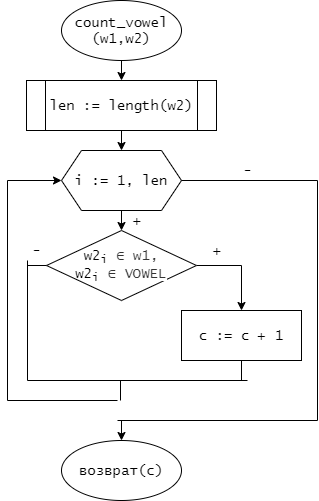
Before: лр9/count_vowel.png, a diagram exported from draw.io (Aprokun/-). Source tidied: cells renumbered, new cells last; positions are measured from the earlier drawing's top-left corner, leaving out a move shared by most shapes.
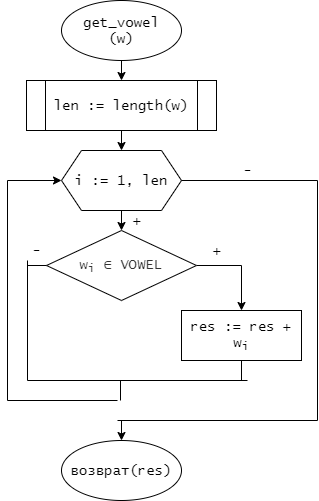
The same file after the commit.

Diff of the diagram source:
```diff
@@ -5,13 +5,13 @@
     <mxCell id="2" style="edgeStyle=orthogonalEdgeStyle;rounded=0;jettySize=auto;html=1;exitX=0.5;exitY=1;exitDx=0;exitDy=0;entryX=0.5;entryY=0;entryDx=0;entryDy=0;fontFamily=Lucida Console;fontSize=14;" parent="1" edge="1" source="3" target="5">
       <mxGeometry relative="1" as="geometry" />
     </mxCell>
-    <mxCell id="3" value="count_vowel&lt;br&gt;(w1,w2)" style="ellipse;whiteSpace=wrap;html=1;fontSize=14;fontFamily=Lucida Console;" parent="1" vertex="1">
+    <mxCell id="3" value="get_vowel&lt;br&gt;(w)" style="ellipse;whiteSpace=wrap;html=1;fontSize=14;fontFamily=Lucida Console;" parent="1" vertex="1">
       <mxGeometry x="54" width="120" height="60" as="geometry" />
     </mxCell>
     <mxCell id="4" style="edgeStyle=orthogonalEdgeStyle;rounded=0;jettySize=auto;html=1;exitX=0.5;exitY=1;exitDx=0;exitDy=0;entryX=0.5;entryY=0;entryDx=0;entryDy=0;fontFamily=Lucida Console;fontSize=14;" parent="1" edge="1" source="5" target="7">
       <mxGeometry relative="1" as="geometry" />
     </mxCell>
-    <mxCell id="5" value="len := length(w2)" style="shape=process;whiteSpace=wrap;html=1;backgroundOutline=1;fontFamily=Lucida Console;fontSize=14;" parent="1" vertex="1">
+    <mxCell id="5" value="len := length(w)" style="shape=process;whiteSpace=wrap;html=1;backgroundOutline=1;fontFamily=Lucida Console;fontSize=14;" parent="1" vertex="1">
       <mxGeometry x="19" y="80" width="190" height="50" as="geometry" />
     </mxCell>
     <mxCell id="6" style="edgeStyle=orthogonalEdgeStyle;rounded=0;jettySize=auto;html=1;exitX=0.5;exitY=1;exitDx=0;exitDy=0;entryX=0.5;entryY=0;entryDx=0;entryDy=0;fontFamily=Lucida Console;fontSize=14;" parent="1" edge="1" source="7" target="9">
@@ -23,10 +23,10 @@
     <mxCell id="8" style="edgeStyle=orthogonalEdgeStyle;rounded=0;jettySize=auto;html=1;exitX=1;exitY=0.5;exitDx=0;exitDy=0;entryX=0.5;entryY=0;entryDx=0;entryDy=0;fontFamily=Lucida Console;fontSize=14;" parent="1" edge="1" source="9" target="10">
       <mxGeometry relative="1" as="geometry" />
     </mxCell>
-    <mxCell id="9" value="w2&lt;sub&gt;i&lt;/sub&gt;&amp;nbsp;&lt;span style=&quot;color: rgb(51 , 51 , 51) ; background-color: rgb(255 , 255 , 255)&quot;&gt;&lt;font style=&quot;font-size: 14px&quot;&gt;∈ w1,&lt;br&gt;&lt;/font&gt;&lt;/span&gt;w2&lt;sub&gt;i&lt;/sub&gt;&amp;nbsp;&lt;span style=&quot;color: rgb(51 , 51 , 51) ; background-color: rgb(255 , 255 , 255)&quot;&gt;∈ VOWEL&lt;/span&gt;&lt;span style=&quot;color: rgb(51 , 51 , 51) ; background-color: rgb(255 , 255 , 255)&quot;&gt;&lt;font style=&quot;font-size: 14px&quot;&gt;&lt;br&gt;&lt;/font&gt;&lt;/span&gt;" style="rhombus;whiteSpace=wrap;html=1;fontFamily=Lucida Console;fontSize=14;" parent="1" vertex="1">
+    <mxCell id="9" value="&lt;span style=&quot;color: rgb(51 , 51 , 51) ; background-color: rgb(255 , 255 , 255)&quot;&gt;&lt;font style=&quot;font-size: 14px&quot;&gt;w&lt;sub&gt;i&lt;/sub&gt;&amp;nbsp;&lt;/font&gt;&lt;/span&gt;&lt;span style=&quot;color: rgb(51 , 51 , 51) ; background-color: rgb(255 , 255 , 255)&quot;&gt;&lt;font style=&quot;font-size: 14px&quot;&gt;∈ VOWEL&lt;/font&gt;&lt;/span&gt;&lt;span style=&quot;color: rgb(51 , 51 , 51) ; background-color: rgb(255 , 255 , 255)&quot;&gt;&lt;font style=&quot;font-size: 14px&quot;&gt;&lt;br&gt;&lt;/font&gt;&lt;/span&gt;" style="rhombus;whiteSpace=wrap;html=1;fontFamily=Lucida Console;fontSize=14;" parent="1" vertex="1">
       <mxGeometry x="39" y="230" width="150" height="70" as="geometry" />
     </mxCell>
-    <mxCell id="10" value="c := c + 1" style="rounded=0;whiteSpace=wrap;html=1;fontFamily=Lucida Console;fontSize=14;" parent="1" vertex="1">
+    <mxCell id="10" value="res := res + w&lt;sub&gt;i&lt;/sub&gt;" style="rounded=0;whiteSpace=wrap;html=1;fontFamily=Lucida Console;fontSize=14;" parent="1" vertex="1">
       <mxGeometry x="174" y="310" width="120" height="50" as="geometry" />
     </mxCell>
     <mxCell id="11" style="endArrow=none;html=1;fontFamily=Lucida Console;fontSize=14;entryX=0;entryY=0.5;entryDx=0;entryDy=0;" parent="1" edge="1" target="9">
@@ -91,7 +91,7 @@
         <mxPoint x="310" y="420" as="targetPoint" />
       </mxGeometry>
     </mxCell>
-    <mxCell id="22" value="возврат(c)" style="ellipse;whiteSpace=wrap;html=1;fontFamily=Lucida Console;fontSize=14;" parent="1" vertex="1">
+    <mxCell id="22" value="возврат(res)" style="ellipse;whiteSpace=wrap;html=1;fontFamily=Lucida Console;fontSize=14;" parent="1" vertex="1">
       <mxGeometry x="54" y="440" width="120" height="60" as="geometry" />
     </mxCell>
     <mxCell id="23" style="endArrow=classic;html=1;fontFamily=Lucida Console;fontSize=14;entryX=0.5;entryY=0;entryDx=0;entryDy=0;" parent="1" edge="1" target="22">
```
